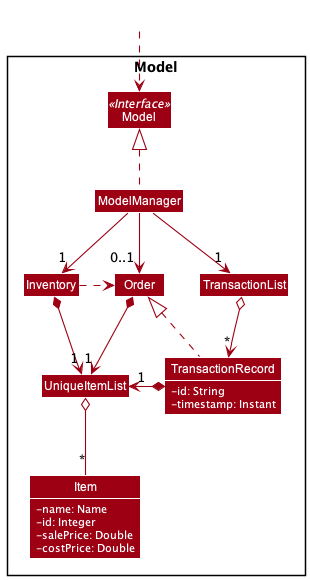
The PlantUML diagram docs/images/ModelLowLevelClassDiagram.png in nus-cs2103-AY2122S1/tp, before a commit.
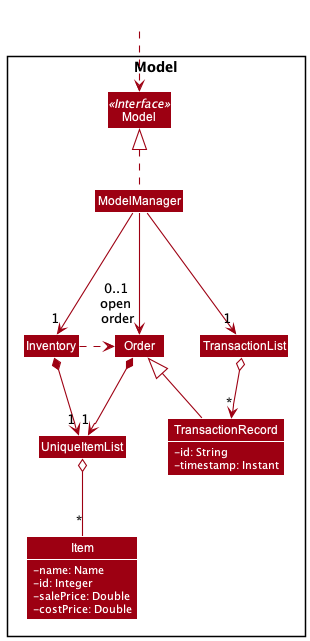
The same diagram one commit later.

Commit message:
Fix diagram bugs

Diff of the diagram source:
```diff
@@ -31,17 +31,16 @@
 
 
 ModelManager .up.|> Model
-ModelManager --> "1" Inventory
-ModelManager --> "1" TransactionList
-ModelManager --> "0..1" Order
+ModelManager ---> "1" Inventory
+ModelManager ---> "1" TransactionList
+ModelManager ---> "0..1\nopen\n order" Order
 TransactionList o-down-> "*" TransactionRecord
 
 Inventory .right.> Order
 
 Order *--> "1" UniqueItemList
 Inventory *--> "1" UniqueItemList
-TransactionRecord .left.|> Order
-TransactionRecord *-left-> "1" UniqueItemList
+TransactionRecord -left-|> Order
 
 UniqueItemList o-down- "*" Item
 
```
